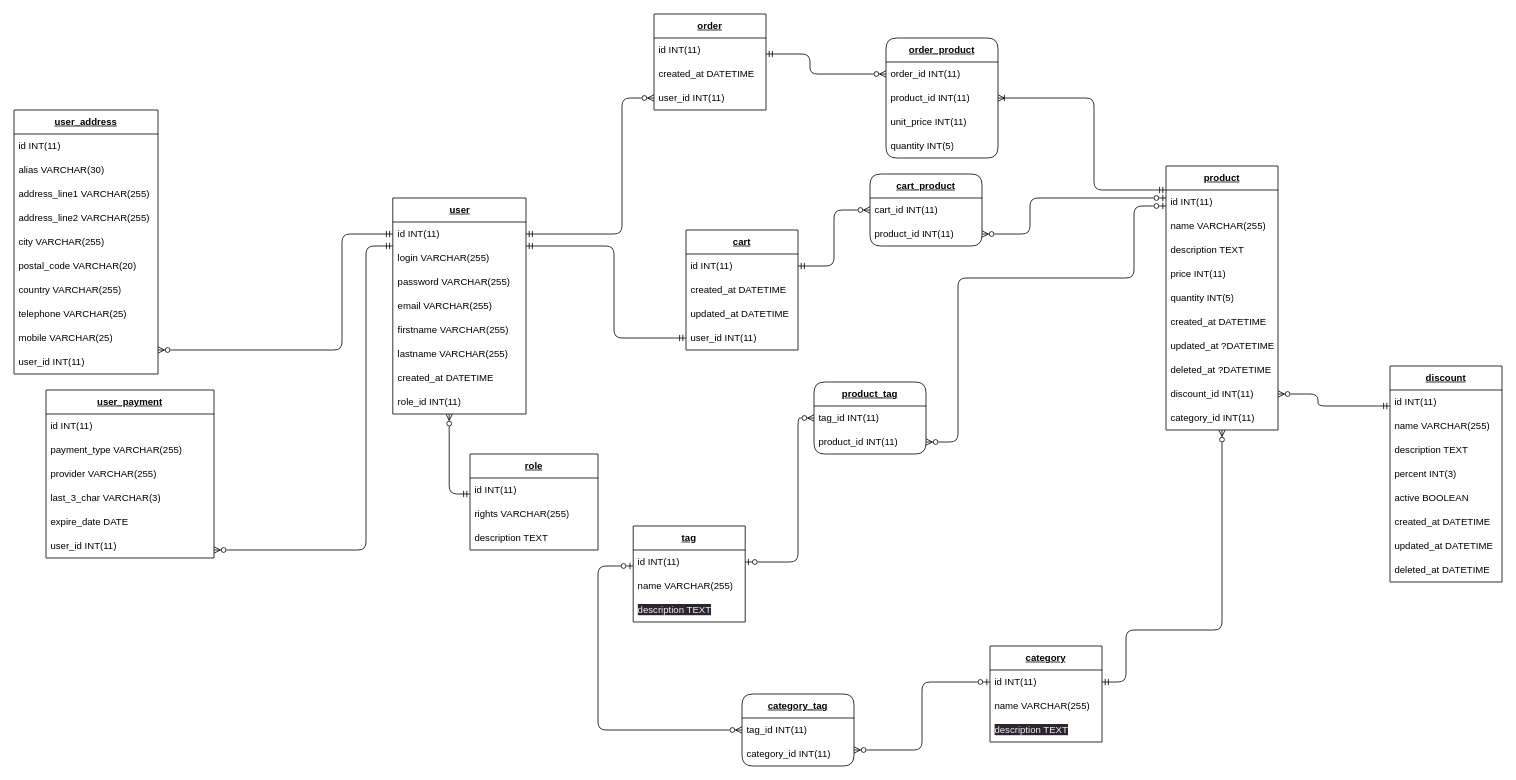
Earlier version of the draw.io diagram mpd.drawio (felix-hauger/boutique-en-ligne). Source tidied: cells renumbered, new cells numbered last; positions are measured from the earlier drawing's top-left corner, leaving out a move shared by most shapes. Both pictures are drawn from the tidied source at 80%, with x=0, y=0 at pixel (14, 14).
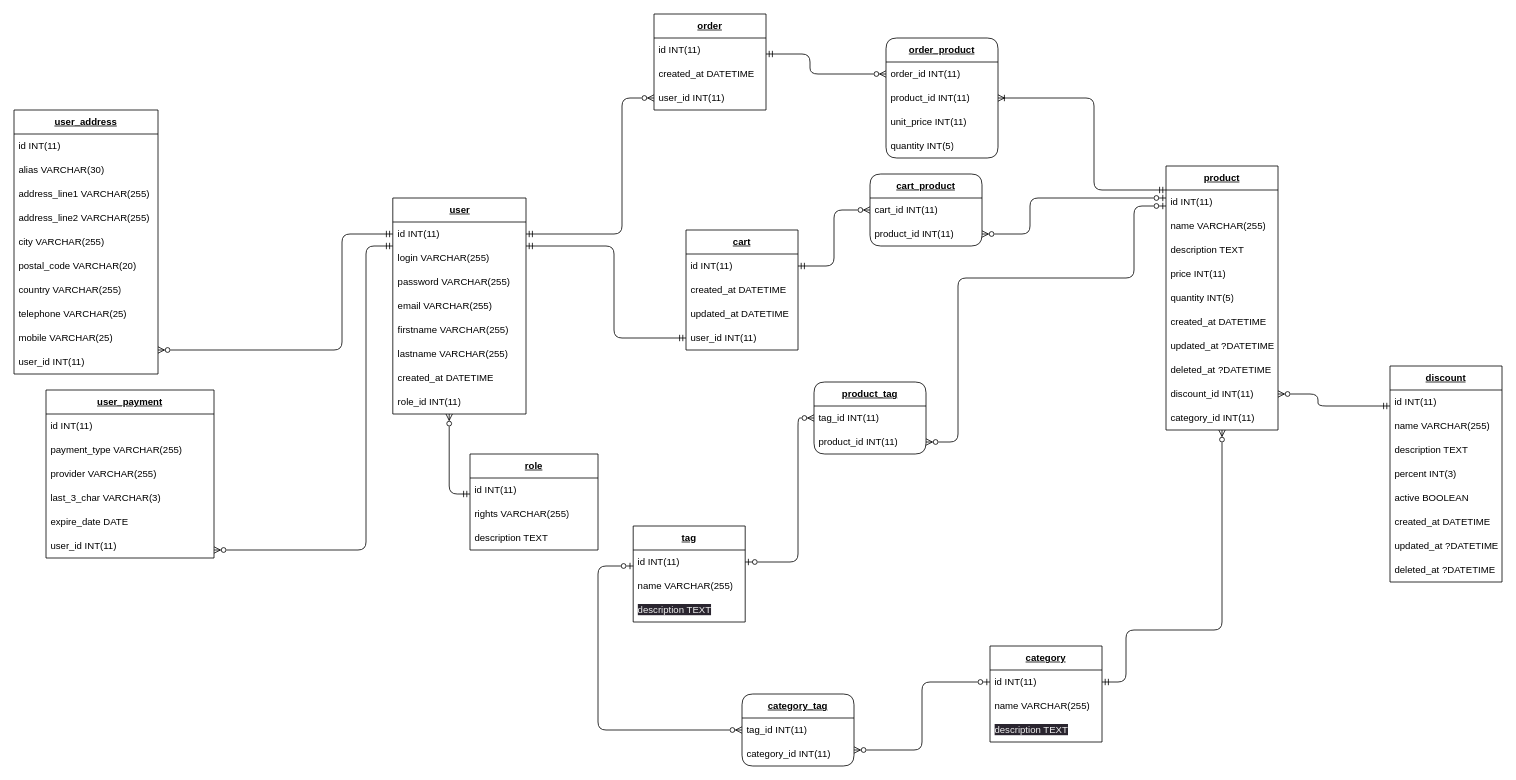
After the change.

Commit message (it also covers changes not shown here):
added database file boutique.sql without discount table

The change refers to these unchanged cells:
```xml
<mxCell id="75" value="&lt;b&gt;&lt;u&gt;discount&lt;/u&gt;&lt;/b&gt;" style="swimlane;fontStyle=0;horizontal=1;startSize=30;whiteSpace=wrap;html=1;" parent="1" vertex="1">
  <mxGeometry x="1720" y="440" width="140" height="270" as="geometry" />
</mxCell>
```

Change to the diagram source:
```diff
@@
-    <mxCell id="82" value="updated_at&amp;nbsp;DATETIME" style="text;strokeColor=none;fillColor=none;align=left;verticalAlign=middle;spacingLeft=4;spacingRight=4;overflow=hidden;whiteSpace=wrap;html=1;" parent="75" vertex="1">
+    <mxCell id="82" value="updated_at ?DATETIME" style="text;strokeColor=none;fillColor=none;align=left;verticalAlign=middle;spacingLeft=4;spacingRight=4;overflow=hidden;whiteSpace=wrap;html=1;" parent="75" vertex="1">
       <mxGeometry y="210" width="140" height="30" as="geometry" />
     </mxCell>
-    <mxCell id="83" value="deleted_at&amp;nbsp;DATETIME" style="text;strokeColor=none;fillColor=none;align=left;verticalAlign=middle;spacingLeft=4;spacingRight=4;overflow=hidden;whiteSpace=wrap;html=1;" parent="75" vertex="1">
+    <mxCell id="83" value="deleted_at ?DATETIME" style="text;strokeColor=none;fillColor=none;align=left;verticalAlign=middle;spacingLeft=4;spacingRight=4;overflow=hidden;whiteSpace=wrap;html=1;" parent="75" vertex="1">
       <mxGeometry y="240" width="140" height="30" as="geometry" />
     </mxCell>
```
